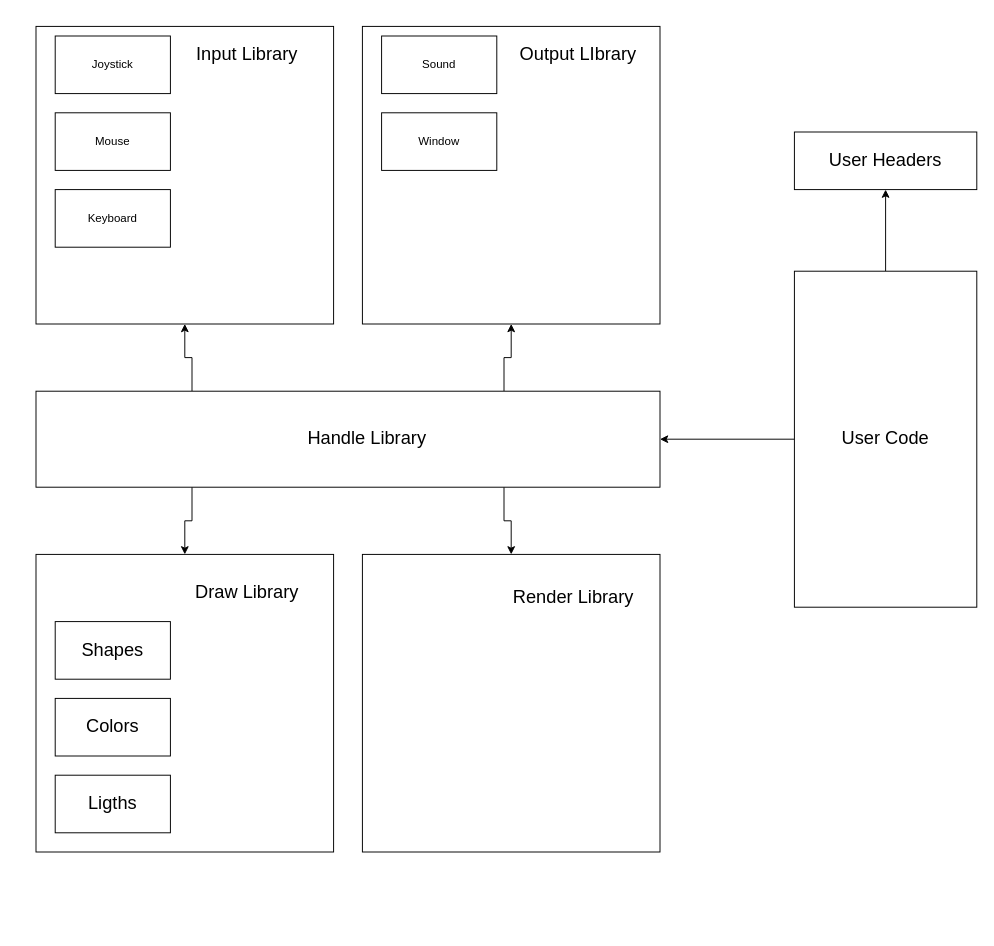
Earlier version of the draw.io diagram opengl-gameprogramming/base_project/Architecture/Base Project Architecture.drawio (FelipeAndrioli/OpenGL---Studies-Tutorials-Projects). Source tidied: cells renumbered, new cells numbered last; positions are measured from the earlier drawing's top-left corner, leaving out a move shared by most shapes. Both pictures are drawn from the tidied source at 96%, with x=0, y=0 at pixel (36, 26).
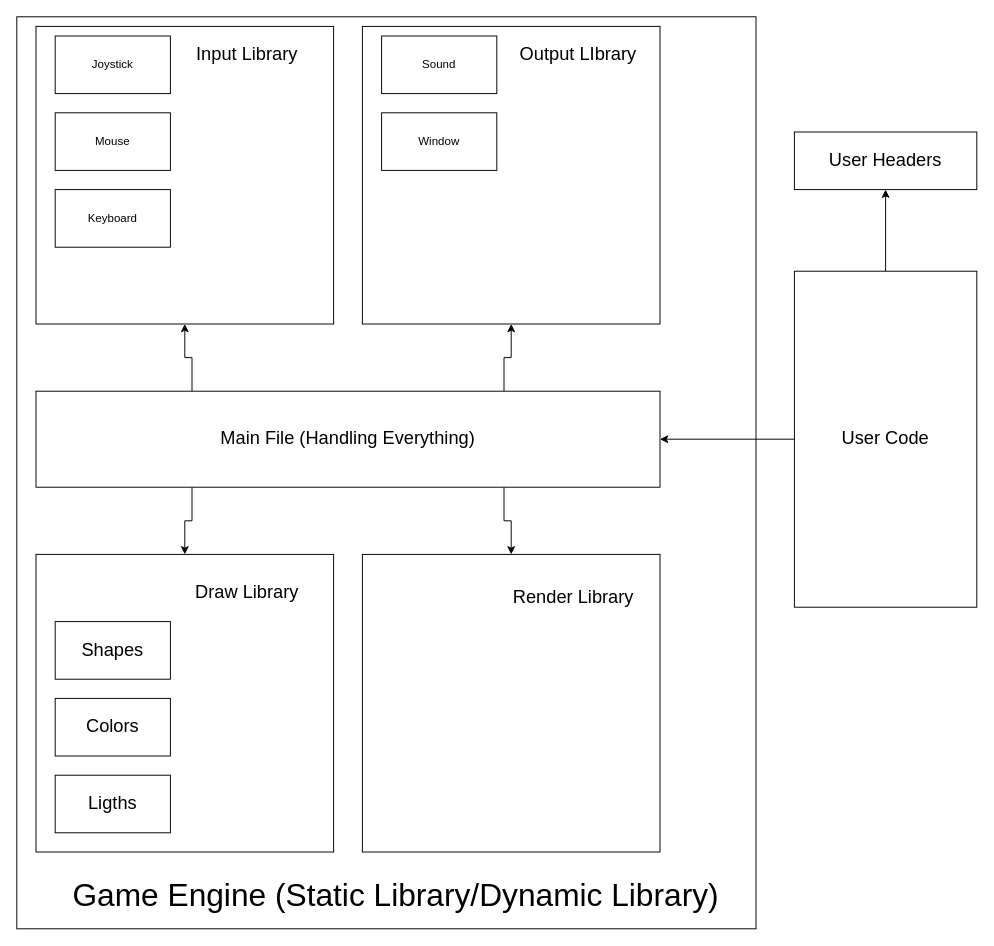
The same page after the edit.

Commit message (it also covers changes not shown here):
Update READMEs and the architecture diagram

Diff of the diagram source:
```diff
@@
+    <mxCell id="33" style="rounded=0;whiteSpace=wrap;html=1;" parent="1" vertex="1">
+      <mxGeometry x="-20" y="-10" width="770" height="950" as="geometry" />
+    </mxCell>
@@
-    <mxCell id="24" value="&lt;font style=&quot;font-size: 19px&quot;&gt;Handle Library&lt;/font&gt;" style="text;html=1;strokeColor=none;fillColor=none;align=center;verticalAlign=middle;whiteSpace=wrap;rounded=0;" parent="1" vertex="1">
-      <mxGeometry x="280" y="415" width="130" height="30" as="geometry" />
+    <mxCell id="24" value="&lt;span style=&quot;font-size: 19px&quot;&gt;Main File (Handling Everything)&lt;/span&gt;" style="text;html=1;strokeColor=none;fillColor=none;align=center;verticalAlign=middle;whiteSpace=wrap;rounded=0;" parent="1" vertex="1">
+      <mxGeometry x="180" y="415" width="290" height="30" as="geometry" />
     </mxCell>
@@
+    <mxCell id="34" value="&lt;font style=&quot;font-size: 33px&quot;&gt;Game Engine (Static Library/Dynamic Library)&lt;/font&gt;" style="text;html=1;strokeColor=none;fillColor=none;align=center;verticalAlign=middle;whiteSpace=wrap;rounded=0;" parent="1" vertex="1">
+      <mxGeometry x="30" y="880" width="690" height="50" as="geometry" />
+    </mxCell>
```
